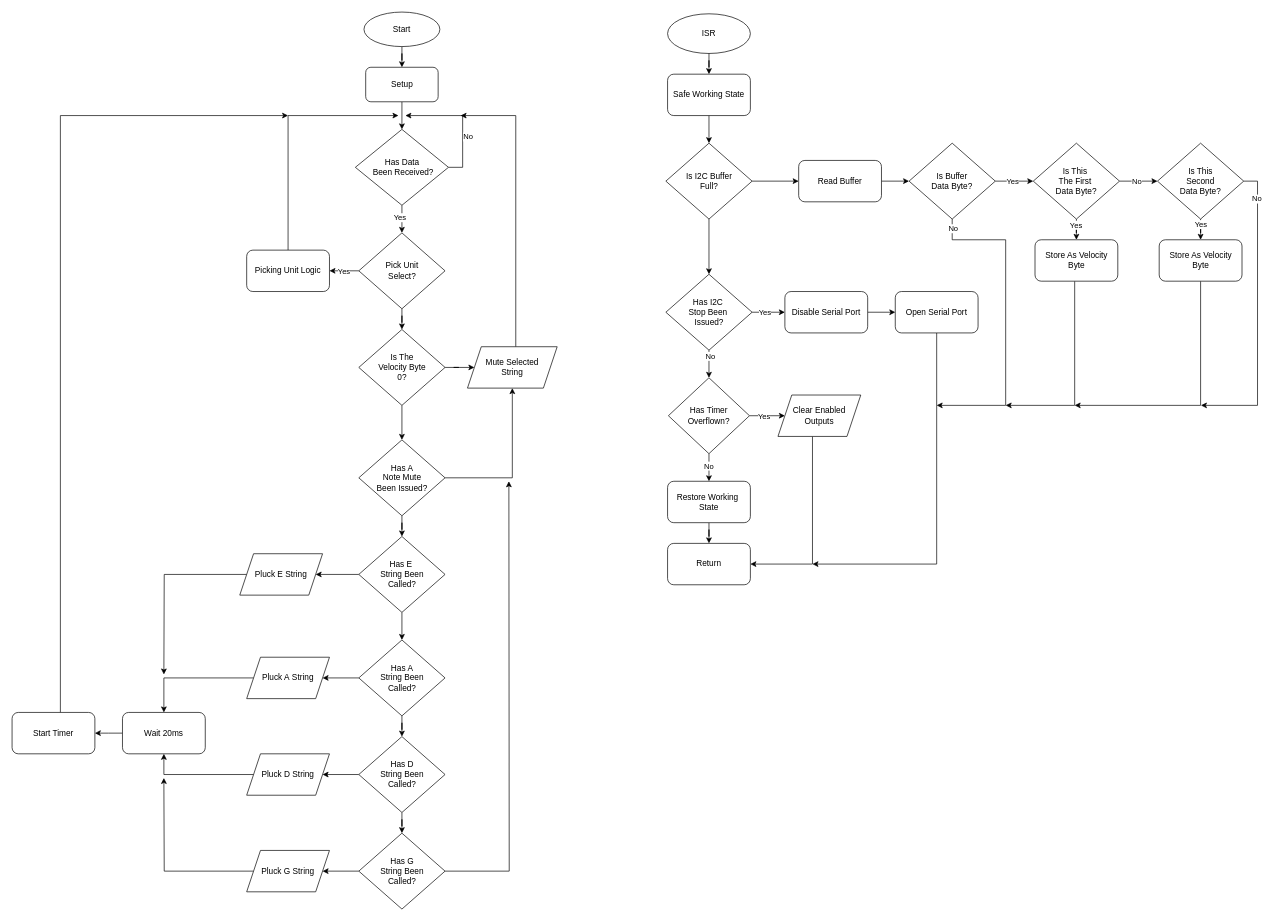
Above: Flowcharts/Pluck String Flowchart.drawio in Masaharu41/Midi-Bass-Guitar (draw.io), before the change. Source tidied: cells renumbered, new cells numbered last; positions are measured from the earlier drawing's top-left corner, leaving out a move shared by most shapes. Both pictures are drawn from the tidied source at 69%, with x=0, y=0 at pixel (12, 12).
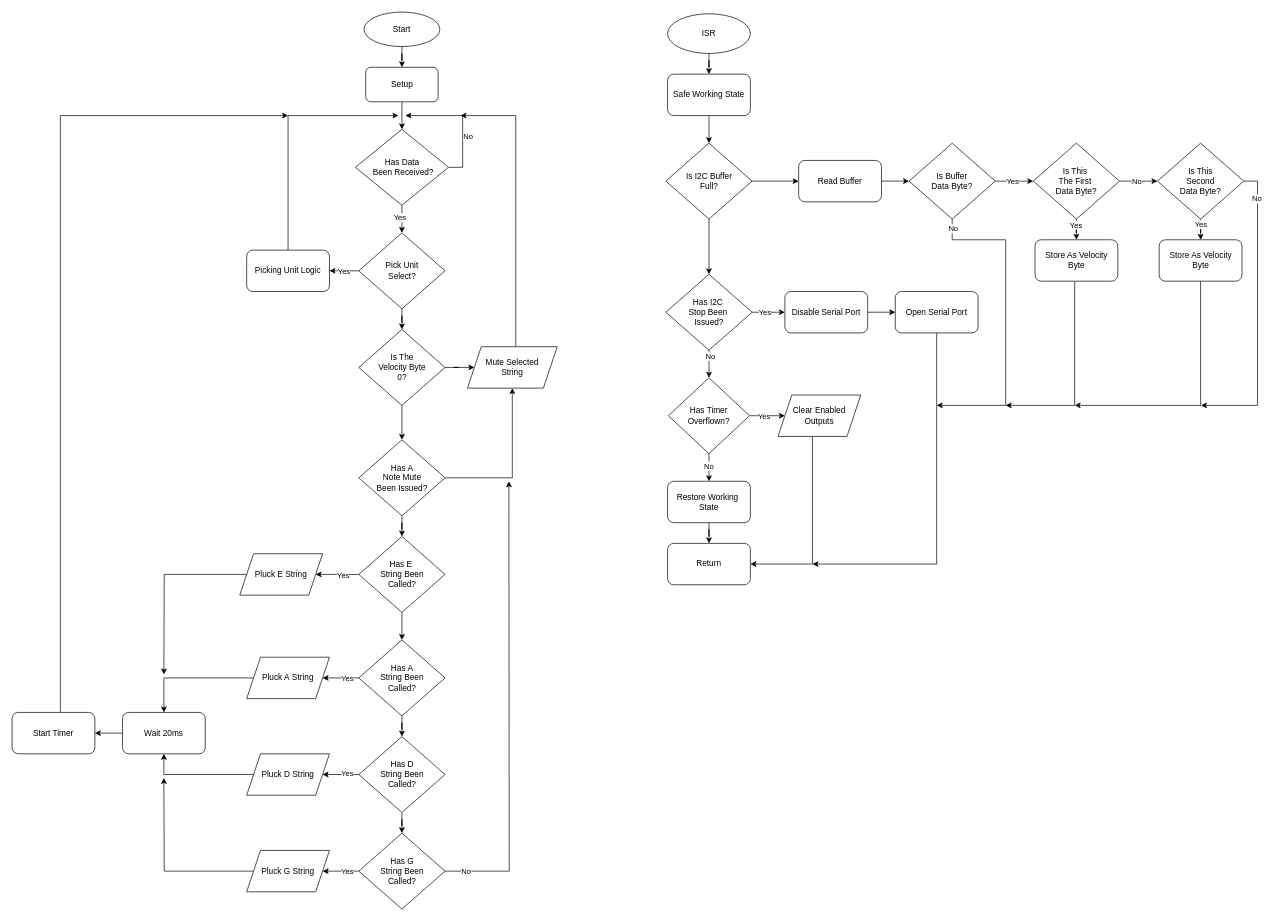
The same diagram, later.

Commit message (it also covers changes not shown here):
added updated flowchart for pluck slave

Unchanged cells that the change refers to:
```xml
<mxCell id="26" style="edgeStyle=orthogonalEdgeStyle;rounded=0;jettySize=auto;html=1;" parent="1" edge="1" source="27" target="38">
  <mxGeometry relative="1" as="geometry" />
</mxCell>
<mxCell id="29" style="edgeStyle=orthogonalEdgeStyle;rounded=0;jettySize=auto;html=1;" parent="1" edge="1" source="30" target="42">
  <mxGeometry relative="1" as="geometry" />
</mxCell>
<mxCell id="32" style="edgeStyle=orthogonalEdgeStyle;rounded=0;jettySize=auto;html=1;" parent="1" edge="1" source="33" target="40">
  <mxGeometry relative="1" as="geometry" />
</mxCell>
<mxCell id="34" style="edgeStyle=orthogonalEdgeStyle;rounded=0;jettySize=auto;html=1;" parent="1" edge="1" source="36" target="44">
  <mxGeometry relative="1" as="geometry" />
</mxCell>
<mxCell id="35" style="edgeStyle=orthogonalEdgeStyle;rounded=0;jettySize=auto;html=1;" parent="1" edge="1" source="36">
  <mxGeometry relative="1" as="geometry">
    <mxPoint x="720" y="680" as="targetPoint" />
  </mxGeometry>
</mxCell>
```

What changed in the source:
```diff
@@
+    <mxCell id="96" value="Yes" style="edgeLabel;html=1;align=center;verticalAlign=middle;" parent="26" vertex="1">
+      <mxGeometry x="-0.22" relative="1" as="geometry">
+        <mxPoint x="1" as="offset" />
+      </mxGeometry>
+    </mxCell>
@@
+    <mxCell id="97" value="Yes" style="edgeLabel;html=1;align=center;verticalAlign=middle;" parent="29" vertex="1">
+      <mxGeometry x="-0.3" relative="1" as="geometry">
+        <mxPoint x="1" as="offset" />
+      </mxGeometry>
+    </mxCell>
@@
+    <mxCell id="98" value="Yes" style="edgeLabel;html=1;align=center;verticalAlign=middle;" parent="32" vertex="1">
+      <mxGeometry x="-0.33" y="-2" relative="1" as="geometry">
+        <mxPoint x="1" as="offset" />
+      </mxGeometry>
+    </mxCell>
@@
+    <mxCell id="99" value="Yes" style="edgeLabel;html=1;align=center;verticalAlign=middle;" parent="34" vertex="1">
+      <mxGeometry x="-0.3" relative="1" as="geometry">
+        <mxPoint x="1" as="offset" />
+      </mxGeometry>
+    </mxCell>
@@
+    <mxCell id="100" value="No" style="edgeLabel;html=1;align=center;verticalAlign=middle;" parent="35" vertex="1">
+      <mxGeometry x="-0.91" relative="1" as="geometry" />
+    </mxCell>
```
